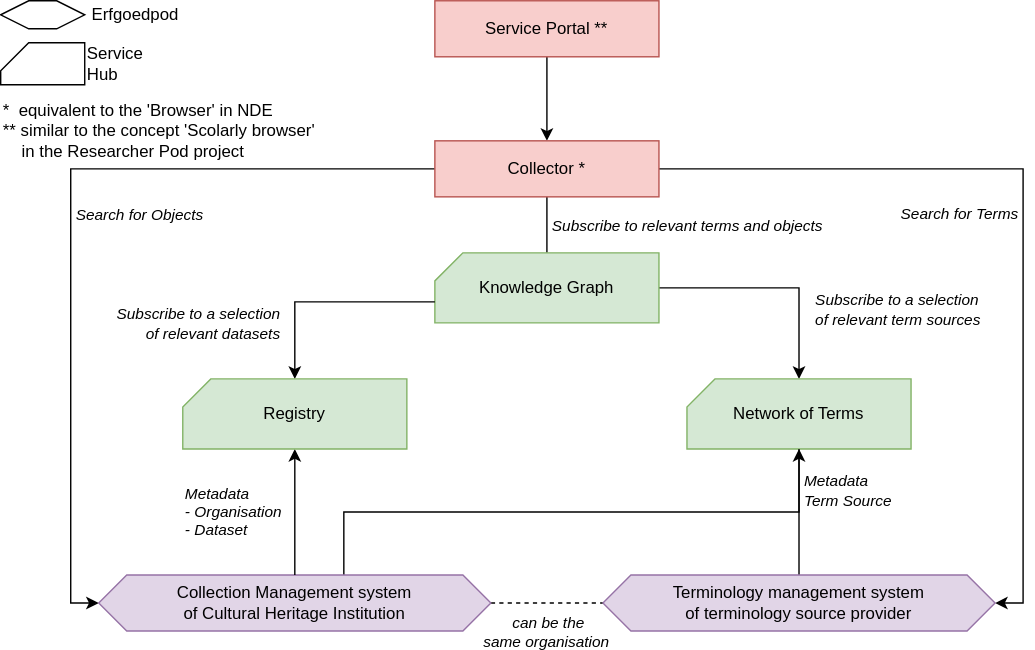
Before: images/NDE-overzicht.svg, a diagram exported from draw.io (ErfgoedPod/usecases). Source tidied: cells renumbered, new cells last; positions are measured from the earlier drawing's top-left corner, leaving out a move shared by most shapes.
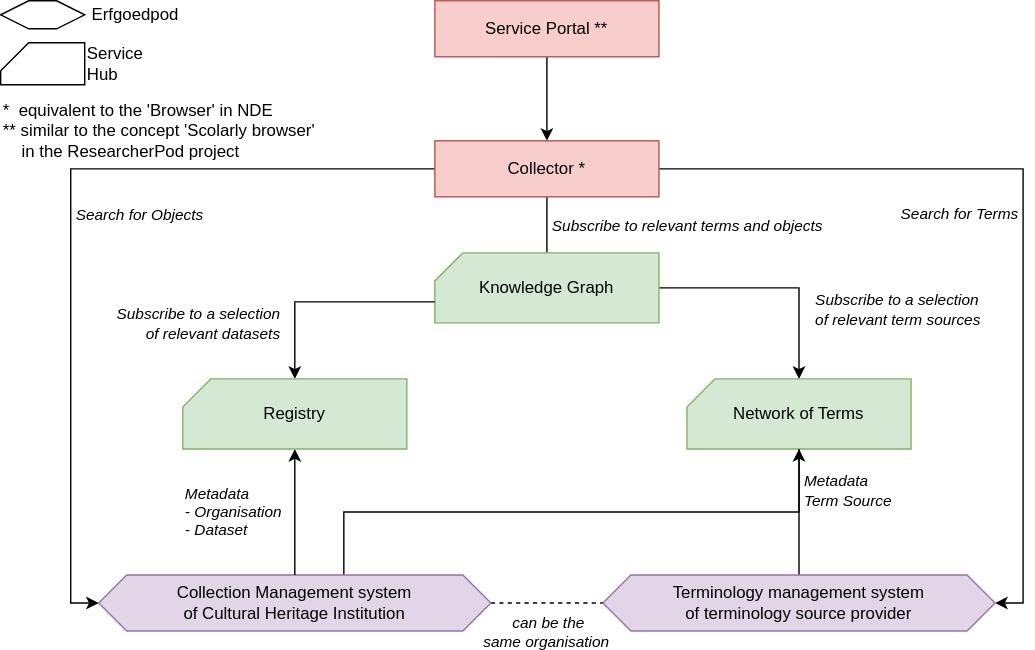
Above is the later version.

Commit message:
Added pilod use cases.

What changed in the source:
```diff
@@ -89,7 +89,7 @@
     <mxCell id="28" value="Service Hub" style="shape=card;whiteSpace=wrap;html=1;size=20;labelPosition=right;verticalLabelPosition=middle;align=left;verticalAlign=middle;spacingRight=0;" parent="1" vertex="1">
       <mxGeometry y="30" width="60" height="30" as="geometry" />
     </mxCell>
-    <mxCell id="29" value="&lt;div align=&quot;left&quot;&gt;*&amp;nbsp; equivalent to the 'Browser' in NDE&lt;/div&gt;&lt;div align=&quot;left&quot;&gt;** similar to the concept 'Scolarly browser' &lt;br&gt;&lt;/div&gt;&lt;div align=&quot;left&quot;&gt;&amp;nbsp;&amp;nbsp;&amp;nbsp; in the Researcher Pod project&lt;br&gt;&lt;/div&gt;&amp;nbsp;" style="text;html=1;strokeColor=none;fillColor=none;align=left;verticalAlign=middle;whiteSpace=wrap;rounded=0;" parent="1" vertex="1">
+    <mxCell id="29" value="&lt;div align=&quot;left&quot;&gt;*&amp;nbsp; equivalent to the 'Browser' in NDE&lt;/div&gt;&lt;div align=&quot;left&quot;&gt;** similar to the concept 'Scolarly browser' &lt;br&gt;&lt;/div&gt;&lt;div align=&quot;left&quot;&gt;&amp;nbsp;&amp;nbsp;&amp;nbsp; in the ResearcherPod project&lt;br&gt;&lt;/div&gt;&amp;nbsp;" style="text;html=1;strokeColor=none;fillColor=none;align=left;verticalAlign=middle;whiteSpace=wrap;rounded=0;" parent="1" vertex="1">
       <mxGeometry y="90" width="270" height="20" as="geometry" />
     </mxCell>
   </root>
```
